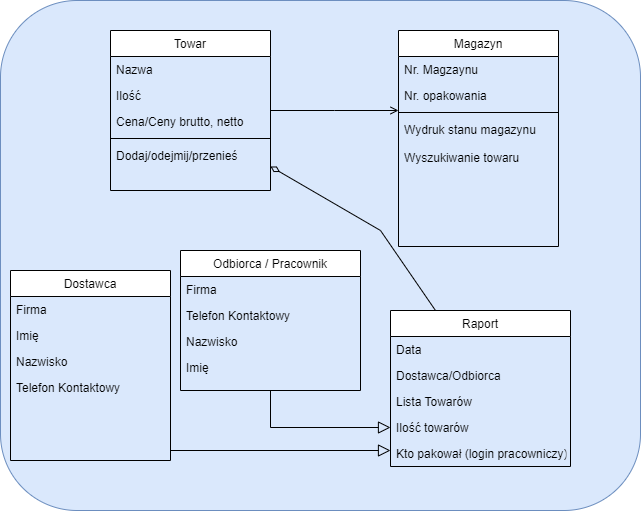
This is Doc/diag.png from Buczixo/MagazineManagmentProject, a draw.io export, as it was before one commit. Source tidied: cells renumbered, new cells last; positions are measured from the earlier drawing's top-left corner, leaving out a move shared by most shapes.
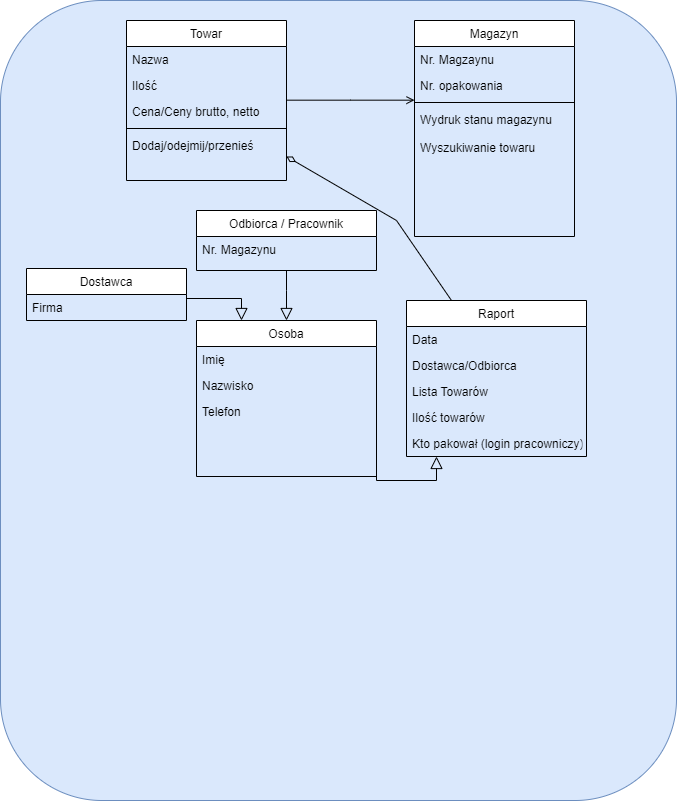
Later version of the same file.

Change to the diagram source:
```diff
@@ -3,7 +3,7 @@
     <mxCell id="0" />
     <mxCell id="1" parent="0" />
     <mxCell id="2" style="rounded=1;whiteSpace=wrap;html=1;fontSize=9;fillColor=#dae8fc;strokeColor=#6c8ebf;" parent="1" vertex="1">
-      <mxGeometry width="640" height="510" as="geometry" />
+      <mxGeometry x="-16" y="10" width="676" height="800" as="geometry" />
     </mxCell>
     <mxCell id="3" value="Towar" style="swimlane;fontStyle=0;align=center;verticalAlign=top;horizontal=1;startSize=26;rounded=0;shadow=0;strokeWidth=1;" parent="1" vertex="1">
       <mxGeometry x="110" y="30" width="160" height="160" as="geometry" />
@@ -24,35 +24,17 @@
       <mxGeometry y="112" width="160" height="48" as="geometry" />
     </mxCell>
     <mxCell id="9" value="Dostawca" style="swimlane;fontStyle=0;align=center;verticalAlign=top;horizontal=1;startSize=26;rounded=0;shadow=0;strokeWidth=1;" parent="1" vertex="1">
-      <mxGeometry x="10" y="270" width="160" height="190" as="geometry" />
+      <mxGeometry x="10" y="278" width="160" height="52" as="geometry" />
     </mxCell>
     <mxCell id="10" value="Firma" style="text;align=left;verticalAlign=top;spacingLeft=4;spacingRight=4;overflow=hidden;" parent="9" vertex="1">
       <mxGeometry y="26" width="160" height="26" as="geometry" />
     </mxCell>
-    <mxCell id="11" value="Imię" style="text;align=left;verticalAlign=top;spacingLeft=4;spacingRight=4;overflow=hidden;rounded=0;shadow=0;html=0;" parent="9" vertex="1">
-      <mxGeometry y="52" width="160" height="26" as="geometry" />
-    </mxCell>
-    <mxCell id="12" value="Nazwisko" style="text;align=left;verticalAlign=top;spacingLeft=4;spacingRight=4;overflow=hidden;rounded=0;shadow=0;html=0;" parent="9" vertex="1">
-      <mxGeometry y="78" width="160" height="26" as="geometry" />
-    </mxCell>
-    <mxCell id="13" value="Telefon Kontaktowy" style="text;align=left;verticalAlign=top;spacingLeft=4;spacingRight=4;overflow=hidden;rounded=0;shadow=0;html=0;" parent="9" vertex="1">
-      <mxGeometry y="104" width="160" height="26" as="geometry" />
-    </mxCell>
     <mxCell id="14" value="Odbiorca / Pracownik" style="swimlane;fontStyle=0;align=center;verticalAlign=top;horizontal=1;startSize=26;rounded=0;shadow=0;strokeWidth=1;" parent="1" vertex="1">
-      <mxGeometry x="180" y="250" width="180" height="140" as="geometry" />
+      <mxGeometry x="180" y="220" width="180" height="60" as="geometry" />
     </mxCell>
-    <mxCell id="15" value="Firma" style="text;align=left;verticalAlign=top;spacingLeft=4;spacingRight=4;overflow=hidden;" parent="14" vertex="1">
+    <mxCell id="15" value="Nr. Magazynu" style="text;align=left;verticalAlign=top;spacingLeft=4;spacingRight=4;overflow=hidden;" parent="14" vertex="1">
       <mxGeometry y="26" width="180" height="26" as="geometry" />
     </mxCell>
-    <mxCell id="16" value="Telefon Kontaktowy" style="text;align=left;verticalAlign=top;spacingLeft=4;spacingRight=4;overflow=hidden;rounded=0;shadow=0;html=0;" parent="14" vertex="1">
-      <mxGeometry y="52" width="180" height="26" as="geometry" />
-    </mxCell>
-    <mxCell id="17" value="Nazwisko" style="text;align=left;verticalAlign=top;spacingLeft=4;spacingRight=4;overflow=hidden;rounded=0;shadow=0;html=0;" parent="14" vertex="1">
-      <mxGeometry y="78" width="180" height="26" as="geometry" />
-    </mxCell>
-    <mxCell id="18" value="Imię" style="text;align=left;verticalAlign=top;spacingLeft=4;spacingRight=4;overflow=hidden;rounded=0;shadow=0;html=0;" parent="14" vertex="1">
-      <mxGeometry y="104" width="180" height="26" as="geometry" />
-    </mxCell>
     <mxCell id="19" value="Magazyn" style="swimlane;fontStyle=0;align=center;verticalAlign=top;horizontal=1;startSize=26;rounded=0;shadow=0;strokeWidth=1;" parent="1" vertex="1">
       <mxGeometry x="398" y="30" width="160" height="216" as="geometry" />
     </mxCell>
@@ -101,21 +83,42 @@
         </Array>
       </mxGeometry>
     </mxCell>
-    <mxCell id="33" style="endArrow=block;endSize=10;endFill=0;shadow=0;strokeWidth=1;rounded=0;edgeStyle=elbowEdgeStyle;elbow=vertical;entryX=0;entryY=0.5;entryDx=0;entryDy=0;exitX=0.5;exitY=1;exitDx=0;exitDy=0;" parent="1" edge="1" source="14" target="30">
+    <mxCell id="33" style="endArrow=block;endSize=10;endFill=0;shadow=0;strokeWidth=1;rounded=0;edgeStyle=elbowEdgeStyle;elbow=vertical;entryX=0.5;entryY=0;entryDx=0;entryDy=0;exitX=0.5;exitY=1;exitDx=0;exitDy=0;" parent="1" edge="1" source="14" target="35">
       <mxGeometry relative="1" as="geometry">
         <Array as="points">
-          <mxPoint x="340" y="427" />
+          <mxPoint x="250" y="300" />
+          <mxPoint x="240" y="370" />
         </Array>
       </mxGeometry>
     </mxCell>
-    <mxCell id="34" style="endArrow=block;endSize=10;endFill=0;shadow=0;strokeWidth=1;rounded=0;edgeStyle=elbowEdgeStyle;elbow=vertical;exitX=1;exitY=0.75;exitDx=0;exitDy=0;" parent="1" edge="1" source="9">
+    <mxCell id="34" style="endArrow=block;endSize=10;endFill=0;shadow=0;strokeWidth=1;rounded=0;edgeStyle=elbowEdgeStyle;elbow=vertical;exitX=1;exitY=0.75;exitDx=0;exitDy=0;entryX=0.25;entryY=0;entryDx=0;entryDy=0;" parent="1" edge="1" source="9" target="35">
       <mxGeometry relative="1" as="geometry">
-        <mxPoint x="390" y="450" as="targetPoint" />
         <Array as="points">
+          <mxPoint x="190" y="308" />
+          <mxPoint x="120" y="350" />
           <mxPoint x="250" y="450" />
           <mxPoint x="250" y="430" />
         </Array>
       </mxGeometry>
     </mxCell>
+    <mxCell id="35" value="Osoba" style="swimlane;fontStyle=0;align=center;verticalAlign=top;horizontal=1;startSize=26;rounded=0;shadow=0;strokeWidth=1;" parent="1" vertex="1">
+      <mxGeometry x="180" y="330" width="180" height="156" as="geometry" />
+    </mxCell>
+    <mxCell id="36" value="Imię" style="text;align=left;verticalAlign=top;spacingLeft=4;spacingRight=4;overflow=hidden;" parent="35" vertex="1">
+      <mxGeometry y="26" width="180" height="26" as="geometry" />
+    </mxCell>
+    <mxCell id="37" value="Nazwisko" style="text;align=left;verticalAlign=top;spacingLeft=4;spacingRight=4;overflow=hidden;points=[[0,0.5],[1,0.5]];portConstraint=eastwest;rounded=0;shadow=0;html=0;" parent="35" vertex="1">
+      <mxGeometry y="52" width="180" height="26" as="geometry" />
+    </mxCell>
+    <mxCell id="38" value="Telefon" style="text;align=left;verticalAlign=top;spacingLeft=4;spacingRight=4;overflow=hidden;rounded=0;shadow=0;html=0;" parent="35" vertex="1">
+      <mxGeometry y="78" width="180" height="26" as="geometry" />
+    </mxCell>
+    <mxCell id="39" style="endArrow=block;endSize=10;endFill=0;shadow=0;strokeWidth=1;rounded=0;edgeStyle=elbowEdgeStyle;elbow=vertical;exitX=1;exitY=0.5;exitDx=0;exitDy=0;" parent="1" edge="1" source="37" target="26">
+      <mxGeometry relative="1" as="geometry">
+        <Array as="points">
+          <mxPoint x="420" y="490" />
+        </Array>
+      </mxGeometry>
+    </mxCell>
   </root>
 </mxGraphModel>
```
